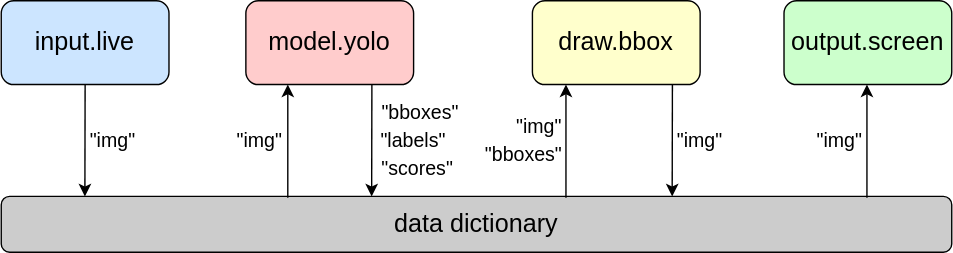
Earlier version of the draw.io export diagrams/yolo_demo.drawio.svg (aisingapore/PeekingDuck). Source tidied: cells renumbered, new cells last; positions are measured from the earlier drawing's top-left corner, leaving out a move shared by most shapes.
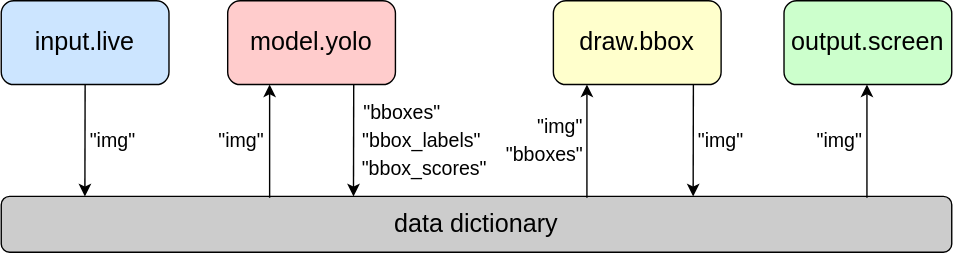
After the change.

Change to the diagram source:
```diff
@@ -6,10 +6,10 @@
       <mxGeometry width="120" height="60" as="geometry" />
     </mxCell>
     <mxCell id="3" value="&lt;font style=&quot;font-size: 18px&quot;&gt;model.yolo&lt;/font&gt;" style="rounded=1;whiteSpace=wrap;html=1;fillColor=#FFCCCC;" parent="1" vertex="1">
-      <mxGeometry x="175" width="120" height="60" as="geometry" />
+      <mxGeometry x="162" width="120" height="60" as="geometry" />
     </mxCell>
     <mxCell id="4" value="&lt;font style=&quot;font-size: 18px&quot;&gt;draw.bbox&lt;/font&gt;" style="rounded=1;whiteSpace=wrap;html=1;fillColor=#FFFFCC;" parent="1" vertex="1">
-      <mxGeometry x="380" width="120" height="60" as="geometry" />
+      <mxGeometry x="395" width="120" height="60" as="geometry" />
     </mxCell>
     <mxCell id="5" value="&lt;font style=&quot;font-size: 18px&quot;&gt;output.screen&lt;/font&gt;" style="rounded=1;whiteSpace=wrap;html=1;fillColor=#CCFFCC;" parent="1" vertex="1">
       <mxGeometry x="560" width="120" height="60" as="geometry" />
@@ -22,25 +22,25 @@
     </mxCell>
     <mxCell id="8" style="endArrow=classic;html=1;entryX=0.25;entryY=1;entryDx=0;entryDy=0;" parent="1" edge="1" target="3">
       <mxGeometry relative="1" as="geometry">
-        <mxPoint x="205" y="141" as="sourcePoint" />
+        <mxPoint x="192" y="141" as="sourcePoint" />
       </mxGeometry>
     </mxCell>
     <mxCell id="9" style="endArrow=classic;html=1;exitX=0.5;exitY=1;exitDx=0;exitDy=0;entryX=0.088;entryY=0;entryDx=0;entryDy=0;entryPerimeter=0;" parent="1" edge="1">
       <mxGeometry relative="1" as="geometry">
-        <mxPoint x="265.2" y="60" as="sourcePoint" />
-        <mxPoint x="265" y="140" as="targetPoint" />
+        <mxPoint x="252.2" y="60" as="sourcePoint" />
+        <mxPoint x="252" y="140" as="targetPoint" />
       </mxGeometry>
     </mxCell>
     <mxCell id="10" style="endArrow=classic;html=1;entryX=0.25;entryY=1;entryDx=0;entryDy=0;" parent="1" edge="1">
       <mxGeometry relative="1" as="geometry">
-        <mxPoint x="404" y="141" as="sourcePoint" />
-        <mxPoint x="404" y="60" as="targetPoint" />
+        <mxPoint x="419" y="141" as="sourcePoint" />
+        <mxPoint x="419" y="60" as="targetPoint" />
       </mxGeometry>
     </mxCell>
     <mxCell id="11" style="endArrow=classic;html=1;exitX=0.5;exitY=1;exitDx=0;exitDy=0;entryX=0.088;entryY=0;entryDx=0;entryDy=0;entryPerimeter=0;" parent="1" edge="1">
       <mxGeometry relative="1" as="geometry">
-        <mxPoint x="480.2" y="60" as="sourcePoint" />
-        <mxPoint x="480" y="140" as="targetPoint" />
+        <mxPoint x="495.2" y="60" as="sourcePoint" />
+        <mxPoint x="495" y="140" as="targetPoint" />
       </mxGeometry>
     </mxCell>
     <mxCell id="12" style="endArrow=classic;html=1;entryX=0.25;entryY=1;entryDx=0;entryDy=0;" parent="1" edge="1">
@@ -53,25 +53,25 @@
       <mxGeometry x="60" y="90" width="40" height="20" as="geometry" />
     </mxCell>
     <mxCell id="14" value="&lt;font style=&quot;font-size: 14px&quot;&gt;&quot;img&quot;&lt;/font&gt;" style="text;html=1;strokeColor=none;fillColor=none;align=center;verticalAlign=middle;whiteSpace=wrap;rounded=0;" parent="1" vertex="1">
-      <mxGeometry x="165" y="90" width="40" height="20" as="geometry" />
+      <mxGeometry x="152" y="90" width="40" height="20" as="geometry" />
     </mxCell>
     <mxCell id="15" value="&lt;font style=&quot;font-size: 14px&quot;&gt;&quot;bboxes&quot;&lt;/font&gt;" style="text;html=1;strokeColor=none;fillColor=none;align=center;verticalAlign=middle;whiteSpace=wrap;rounded=0;" parent="1" vertex="1">
-      <mxGeometry x="265" y="70" width="70" height="20" as="geometry" />
+      <mxGeometry x="252" y="70" width="70" height="20" as="geometry" />
     </mxCell>
-    <mxCell id="16" value="&lt;font style=&quot;font-size: 14px&quot;&gt;&quot;labels&quot;&lt;/font&gt;" style="text;html=1;strokeColor=none;fillColor=none;align=center;verticalAlign=middle;whiteSpace=wrap;rounded=0;" parent="1" vertex="1">
-      <mxGeometry x="260" y="90" width="70" height="20" as="geometry" />
+    <mxCell id="16" value="&lt;font style=&quot;font-size: 14px&quot;&gt;&quot;bbox_labels&quot;&lt;/font&gt;" style="text;html=1;strokeColor=none;fillColor=none;align=center;verticalAlign=middle;whiteSpace=wrap;rounded=0;" parent="1" vertex="1">
+      <mxGeometry x="266" y="90" width="70" height="20" as="geometry" />
     </mxCell>
-    <mxCell id="17" value="&lt;font style=&quot;font-size: 14px&quot;&gt;&quot;scores&quot;&lt;/font&gt;" style="text;html=1;strokeColor=none;fillColor=none;align=center;verticalAlign=middle;whiteSpace=wrap;rounded=0;" parent="1" vertex="1">
-      <mxGeometry x="263" y="110" width="70" height="20" as="geometry" />
+    <mxCell id="17" value="&lt;font style=&quot;font-size: 14px&quot;&gt;&quot;bbox_scores&quot;&lt;/font&gt;" style="text;html=1;strokeColor=none;fillColor=none;align=center;verticalAlign=middle;whiteSpace=wrap;rounded=0;" parent="1" vertex="1">
+      <mxGeometry x="268" y="110" width="70" height="20" as="geometry" />
     </mxCell>
     <mxCell id="18" value="&lt;font style=&quot;font-size: 14px&quot;&gt;&quot;img&quot;&lt;/font&gt;" style="text;html=1;strokeColor=none;fillColor=none;align=center;verticalAlign=middle;whiteSpace=wrap;rounded=0;" parent="1" vertex="1">
-      <mxGeometry x="365" y="80" width="40" height="20" as="geometry" />
+      <mxGeometry x="380" y="80" width="40" height="20" as="geometry" />
     </mxCell>
     <mxCell id="19" value="&lt;font style=&quot;font-size: 14px&quot;&gt;&quot;bboxes&quot;&lt;/font&gt;" style="text;html=1;strokeColor=none;fillColor=none;align=center;verticalAlign=middle;whiteSpace=wrap;rounded=0;" parent="1" vertex="1">
-      <mxGeometry x="339" y="100" width="70" height="20" as="geometry" />
+      <mxGeometry x="354" y="100" width="70" height="20" as="geometry" />
     </mxCell>
     <mxCell id="20" value="&lt;font style=&quot;font-size: 14px&quot;&gt;&quot;img&quot;&lt;/font&gt;" style="text;html=1;strokeColor=none;fillColor=none;align=center;verticalAlign=middle;whiteSpace=wrap;rounded=0;" parent="1" vertex="1">
-      <mxGeometry x="480" y="90" width="40" height="20" as="geometry" />
+      <mxGeometry x="495" y="90" width="40" height="20" as="geometry" />
     </mxCell>
     <mxCell id="21" value="&lt;font style=&quot;font-size: 14px&quot;&gt;&quot;img&quot;&lt;/font&gt;" style="text;html=1;strokeColor=none;fillColor=none;align=center;verticalAlign=middle;whiteSpace=wrap;rounded=0;" parent="1" vertex="1">
       <mxGeometry x="580" y="90" width="40" height="20" as="geometry" />
```
